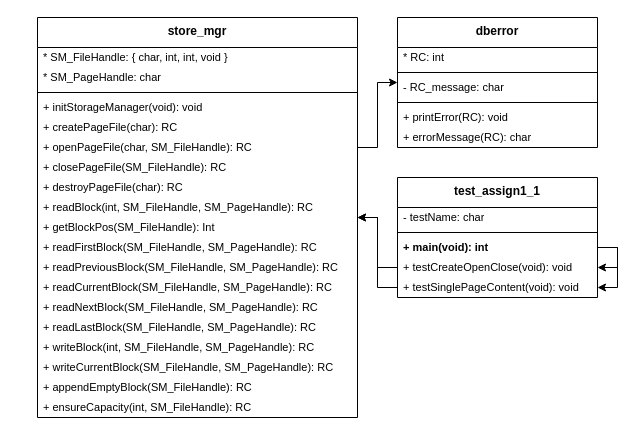
hanggrian/IIT-CS525 keeps this draw.io diagram as assign1/hierarchy.drawio. Above is the earlier version. Source tidied: cells renumbered, new cells numbered last; positions are measured from the earlier drawing's top-left corner, leaving out a move shared by most shapes. Both pictures are drawn from the tidied source at 100%, with x=0, y=0 at pixel (37, 17).
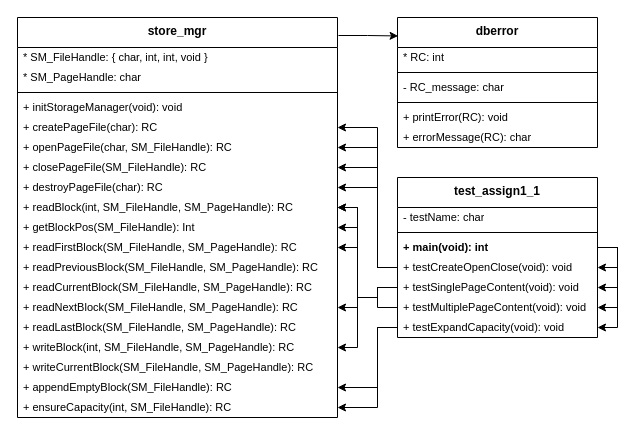
Above is the later version.

The change refers to these unchanged cells:
```xml
<mxCell id="7" value="+ createPageFile(char): RC" style="text;strokeColor=none;fillColor=none;align=left;verticalAlign=middle;spacingLeft=4;spacingRight=4;overflow=hidden;points=[[0,0.5],[1,0.5]];portConstraint=eastwest;whiteSpace=wrap;html=1;fontSize=11;" parent="2" vertex="1">
  <mxGeometry y="100" width="320" height="20" as="geometry" />
</mxCell>
<mxCell id="8" value="+ openPageFile(char, SM_FileHandle): RC" style="text;strokeColor=none;fillColor=none;align=left;verticalAlign=middle;spacingLeft=4;spacingRight=4;overflow=hidden;points=[[0,0.5],[1,0.5]];portConstraint=eastwest;whiteSpace=wrap;html=1;fontSize=11;" parent="2" vertex="1">
  <mxGeometry y="120" width="320" height="20" as="geometry" />
</mxCell>
<mxCell id="9" value="+ closePageFile(SM_FileHandle): RC" style="text;strokeColor=none;fillColor=none;align=left;verticalAlign=middle;spacingLeft=4;spacingRight=4;overflow=hidden;points=[[0,0.5],[1,0.5]];portConstraint=eastwest;whiteSpace=wrap;html=1;fontSize=11;" parent="2" vertex="1">
  <mxGeometry y="140" width="320" height="20" as="geometry" />
</mxCell>
<mxCell id="10" value="+ destroyPageFile(char): RC" style="text;strokeColor=none;fillColor=none;align=left;verticalAlign=middle;spacingLeft=4;spacingRight=4;overflow=hidden;points=[[0,0.5],[1,0.5]];portConstraint=eastwest;whiteSpace=wrap;html=1;fontSize=11;" parent="2" vertex="1">
  <mxGeometry y="160" width="320" height="20" as="geometry" />
</mxCell>
<mxCell id="11" value="+ readBlock(int, SM_FileHandle, SM_PageHandle): RC" style="text;strokeColor=none;fillColor=none;align=left;verticalAlign=middle;spacingLeft=4;spacingRight=4;overflow=hidden;points=[[0,0.5],[1,0.5]];portConstraint=eastwest;whiteSpace=wrap;html=1;fontSize=11;" parent="2" vertex="1">
  <mxGeometry y="180" width="320" height="20" as="geometry" />
</mxCell>
<mxCell id="12" value="+ getBlockPos(SM_FileHandle): Int" style="text;strokeColor=none;fillColor=none;align=left;verticalAlign=middle;spacingLeft=4;spacingRight=4;overflow=hidden;points=[[0,0.5],[1,0.5]];portConstraint=eastwest;whiteSpace=wrap;html=1;fontSize=11;" parent="2" vertex="1">
  <mxGeometry y="200" width="320" height="20" as="geometry" />
</mxCell>
<mxCell id="13" value="+ readFirstBlock(SM_FileHandle, SM_PageHandle): RC" style="text;strokeColor=none;fillColor=none;align=left;verticalAlign=middle;spacingLeft=4;spacingRight=4;overflow=hidden;points=[[0,0.5],[1,0.5]];portConstraint=eastwest;whiteSpace=wrap;html=1;fontSize=11;" parent="2" vertex="1">
  <mxGeometry y="220" width="320" height="20" as="geometry" />
</mxCell>
<mxCell id="16" value="+ readNextBlock(SM_FileHandle, SM_PageHandle): RC" style="text;strokeColor=none;fillColor=none;align=left;verticalAlign=middle;spacingLeft=4;spacingRight=4;overflow=hidden;points=[[0,0.5],[1,0.5]];portConstraint=eastwest;whiteSpace=wrap;html=1;fontSize=11;" parent="2" vertex="1">
  <mxGeometry y="280" width="320" height="20" as="geometry" />
</mxCell>
<mxCell id="18" value="+ writeBlock(int, SM_FileHandle, SM_PageHandle): RC" style="text;strokeColor=none;fillColor=none;align=left;verticalAlign=middle;spacingLeft=4;spacingRight=4;overflow=hidden;points=[[0,0.5],[1,0.5]];portConstraint=eastwest;whiteSpace=wrap;html=1;fontSize=11;" parent="2" vertex="1">
  <mxGeometry y="320" width="320" height="20" as="geometry" />
</mxCell>
<mxCell id="20" value="+ appendEmptyBlock(SM_FileHandle): RC" style="text;strokeColor=none;fillColor=none;align=left;verticalAlign=middle;spacingLeft=4;spacingRight=4;overflow=hidden;points=[[0,0.5],[1,0.5]];portConstraint=eastwest;whiteSpace=wrap;html=1;fontSize=11;" parent="2" vertex="1">
  <mxGeometry y="360" width="320" height="20" as="geometry" />
</mxCell>
<mxCell id="21" value="+ ensureCapacity(int, SM_FileHandle): RC" style="text;strokeColor=none;fillColor=none;align=left;verticalAlign=middle;spacingLeft=4;spacingRight=4;overflow=hidden;points=[[0,0.5],[1,0.5]];portConstraint=eastwest;whiteSpace=wrap;html=1;fontSize=11;" parent="2" vertex="1">
  <mxGeometry y="380" width="320" height="20" as="geometry" />
</mxCell>
<mxCell id="22" value="dberror" style="swimlane;fontStyle=1;align=center;verticalAlign=top;horizontal=1;startSize=30;whiteSpace=wrap;html=1;" parent="1" vertex="1">
  <mxGeometry x="360" width="200" height="130" as="geometry" />
</mxCell>
<mxCell id="34" value="+ main(void): int" style="text;strokeColor=none;fillColor=none;align=left;verticalAlign=middle;spacingLeft=4;spacingRight=4;overflow=hidden;points=[[0,0.5],[1,0.5]];portConstraint=eastwest;whiteSpace=wrap;html=1;fontSize=11;fontStyle=1;" parent="29" vertex="1">
  <mxGeometry y="60" width="200" height="20" as="geometry" />
</mxCell>
<mxCell id="35" value="+ testCreateOpenClose(void): void" style="text;strokeColor=none;fillColor=none;align=left;verticalAlign=middle;spacingLeft=4;spacingRight=4;overflow=hidden;points=[[0,0.5],[1,0.5]];portConstraint=eastwest;whiteSpace=wrap;html=1;fontSize=11;" parent="29" vertex="1">
  <mxGeometry y="80" width="200" height="20" as="geometry" />
</mxCell>
```

Diff of the diagram source:
```diff
@@
     <mxCell id="2" value="store_mgr" style="swimlane;fontStyle=1;align=center;verticalAlign=top;horizontal=1;startSize=30;whiteSpace=wrap;html=1;" parent="1" vertex="1">
-      <mxGeometry width="320" height="400" as="geometry" />
+      <mxGeometry x="-20" width="320" height="400" as="geometry" />
     </mxCell>
@@
     <mxCell id="29" value="test_assign1_1" style="swimlane;fontStyle=1;align=center;verticalAlign=top;horizontal=1;startSize=30;whiteSpace=wrap;html=1;" parent="1" vertex="1">
-      <mxGeometry x="360" y="160" width="200" height="120" as="geometry" />
+      <mxGeometry x="360" y="160" width="200" height="160" as="geometry" />
     </mxCell>
@@
+    <mxCell id="40" style="edgeStyle=orthogonalEdgeStyle;rounded=0;jettySize=auto;html=1;exitX=1;exitY=0.5;exitDx=0;exitDy=0;entryX=1;entryY=0.5;entryDx=0;entryDy=0;" parent="29" edge="1" source="34" target="42">
+      <mxGeometry relative="1" as="geometry" />
+    </mxCell>
@@
+    <mxCell id="41" style="edgeStyle=orthogonalEdgeStyle;rounded=0;jettySize=auto;html=1;exitX=1;exitY=0.5;exitDx=0;exitDy=0;entryX=1;entryY=0.5;entryDx=0;entryDy=0;" parent="29" edge="1" source="34" target="43">
+      <mxGeometry relative="1" as="geometry" />
+    </mxCell>
@@
+    <mxCell id="42" value="+ testSinglePageContent(void): void" style="text;strokeColor=none;fillColor=none;align=left;verticalAlign=middle;spacingLeft=4;spacingRight=4;overflow=hidden;points=[[0,0.5],[1,0.5]];portConstraint=eastwest;whiteSpace=wrap;html=1;fontSize=11;" parent="29" vertex="1">
+      <mxGeometry y="100" width="200" height="20" as="geometry" />
+    </mxCell>
+    <mxCell id="43" value="+ testMultiplePageContent(void): void" style="text;strokeColor=none;fillColor=none;align=left;verticalAlign=middle;spacingLeft=4;spacingRight=4;overflow=hidden;points=[[0,0.5],[1,0.5]];portConstraint=eastwest;whiteSpace=wrap;html=1;fontSize=11;" parent="29" vertex="1">
+      <mxGeometry y="120" width="200" height="20" as="geometry" />
+    </mxCell>
-    <mxCell id="36" value="+ testSinglePageContent(void): void" style="text;strokeColor=none;fillColor=none;align=left;verticalAlign=middle;spacingLeft=4;spacingRight=4;overflow=hidden;points=[[0,0.5],[1,0.5]];portConstraint=eastwest;whiteSpace=wrap;html=1;fontSize=11;" parent="29" vertex="1">
-      <mxGeometry y="100" width="200" height="20" as="geometry" />
+    <mxCell id="36" value="+ testExpandCapacity(void): void" style="text;strokeColor=none;fillColor=none;align=left;verticalAlign=middle;spacingLeft=4;spacingRight=4;overflow=hidden;points=[[0,0.5],[1,0.5]];portConstraint=eastwest;whiteSpace=wrap;html=1;fontSize=11;" parent="29" vertex="1">
+      <mxGeometry y="140" width="200" height="20" as="geometry" />
     </mxCell>
-    <mxCell id="37" style="edgeStyle=orthogonalEdgeStyle;rounded=0;jettySize=auto;html=1;exitX=0;exitY=0.5;exitDx=0;exitDy=0;" parent="1" edge="1" source="35" target="2">
-      <mxGeometry relative="1" as="geometry" />
-    </mxCell>
-    <mxCell id="38" style="edgeStyle=orthogonalEdgeStyle;rounded=0;jettySize=auto;html=1;exitX=0;exitY=0.5;exitDx=0;exitDy=0;" parent="1" edge="1" source="36" target="2">
-      <mxGeometry relative="1" as="geometry" />
+    <mxCell id="38" style="edgeStyle=orthogonalEdgeStyle;rounded=0;jettySize=auto;html=1;exitX=0;exitY=0.5;exitDx=0;exitDy=0;entryX=1;entryY=0.5;entryDx=0;entryDy=0;" parent="1" edge="1" source="36" target="21">
+      <mxGeometry relative="1" as="geometry">
+        <Array as="points">
+          <mxPoint x="340" y="310" />
+          <mxPoint x="340" y="390" />
+        </Array>
+      </mxGeometry>
     </mxCell>
-    <mxCell id="39" style="edgeStyle=orthogonalEdgeStyle;rounded=0;jettySize=auto;html=1;exitX=1;exitY=0.5;exitDx=0;exitDy=0;" parent="1" edge="1" source="8" target="22">
-      <mxGeometry relative="1" as="geometry" />
-    </mxCell>
+    <mxCell id="44" style="edgeStyle=orthogonalEdgeStyle;rounded=0;jettySize=auto;html=1;exitX=1.003;exitY=0.045;exitDx=0;exitDy=0;entryX=0.003;entryY=0.142;entryDx=0;entryDy=0;exitPerimeter=0;entryPerimeter=0;" parent="1" edge="1" source="2" target="22">
+      <mxGeometry relative="1" as="geometry" />
+    </mxCell>
+    <mxCell id="45" style="edgeStyle=orthogonalEdgeStyle;rounded=0;jettySize=auto;html=1;exitX=0;exitY=0.5;exitDx=0;exitDy=0;entryX=1;entryY=0.5;entryDx=0;entryDy=0;" parent="1" edge="1" source="36" target="20">
+      <mxGeometry relative="1" as="geometry">
+        <Array as="points">
+          <mxPoint x="340" y="310" />
+          <mxPoint x="340" y="370" />
+        </Array>
+      </mxGeometry>
+    </mxCell>
+    <mxCell id="46" style="edgeStyle=orthogonalEdgeStyle;rounded=0;jettySize=auto;html=1;exitX=0;exitY=0.5;exitDx=0;exitDy=0;entryX=1;entryY=0.5;entryDx=0;entryDy=0;" parent="1" edge="1" source="35" target="7">
+      <mxGeometry relative="1" as="geometry">
+        <Array as="points">
+          <mxPoint x="340" y="250" />
+          <mxPoint x="340" y="110" />
+        </Array>
+      </mxGeometry>
+    </mxCell>
+    <mxCell id="47" style="edgeStyle=orthogonalEdgeStyle;rounded=0;jettySize=auto;html=1;exitX=0;exitY=0.5;exitDx=0;exitDy=0;entryX=1;entryY=0.5;entryDx=0;entryDy=0;" parent="1" edge="1" source="35" target="8">
+      <mxGeometry relative="1" as="geometry">
+        <Array as="points">
+          <mxPoint x="340" y="250" />
+          <mxPoint x="340" y="130" />
+        </Array>
+      </mxGeometry>
+    </mxCell>
+    <mxCell id="48" style="edgeStyle=orthogonalEdgeStyle;rounded=0;jettySize=auto;html=1;exitX=0;exitY=0.5;exitDx=0;exitDy=0;entryX=1;entryY=0.5;entryDx=0;entryDy=0;" parent="1" edge="1" source="35" target="9">
+      <mxGeometry relative="1" as="geometry">
+        <Array as="points">
+          <mxPoint x="340" y="250" />
+          <mxPoint x="340" y="150" />
+        </Array>
+      </mxGeometry>
+    </mxCell>
+    <mxCell id="49" style="edgeStyle=orthogonalEdgeStyle;rounded=0;jettySize=auto;html=1;exitX=0;exitY=0.5;exitDx=0;exitDy=0;entryX=1;entryY=0.5;entryDx=0;entryDy=0;" parent="1" edge="1" source="35" target="10">
+      <mxGeometry relative="1" as="geometry">
+        <Array as="points">
+          <mxPoint x="340" y="250" />
+          <mxPoint x="340" y="170" />
+        </Array>
+      </mxGeometry>
+    </mxCell>
+    <mxCell id="50" style="edgeStyle=orthogonalEdgeStyle;rounded=0;jettySize=auto;html=1;exitX=0;exitY=0.5;exitDx=0;exitDy=0;" parent="1" edge="1" source="42" target="11">
+      <mxGeometry relative="1" as="geometry">
+        <Array as="points">
+          <mxPoint x="340" y="270" />
+          <mxPoint x="340" y="280" />
+          <mxPoint x="320" y="280" />
+          <mxPoint x="320" y="190" />
+        </Array>
+      </mxGeometry>
+    </mxCell>
+    <mxCell id="51" style="edgeStyle=orthogonalEdgeStyle;rounded=0;jettySize=auto;html=1;exitX=0;exitY=0.5;exitDx=0;exitDy=0;entryX=1;entryY=0.5;entryDx=0;entryDy=0;" parent="1" edge="1" source="43" target="11">
+      <mxGeometry relative="1" as="geometry">
+        <Array as="points">
+          <mxPoint x="340" y="290" />
+          <mxPoint x="340" y="280" />
+          <mxPoint x="320" y="280" />
+          <mxPoint x="320" y="190" />
+        </Array>
+      </mxGeometry>
+    </mxCell>
+    <mxCell id="52" style="edgeStyle=orthogonalEdgeStyle;rounded=0;jettySize=auto;html=1;exitX=0;exitY=0.5;exitDx=0;exitDy=0;entryX=1;entryY=0.5;entryDx=0;entryDy=0;" parent="1" edge="1" source="42" target="12">
+      <mxGeometry relative="1" as="geometry">
+        <Array as="points">
+          <mxPoint x="340" y="270" />
+          <mxPoint x="340" y="280" />
+          <mxPoint x="320" y="280" />
+          <mxPoint x="320" y="210" />
+        </Array>
+      </mxGeometry>
+    </mxCell>
+    <mxCell id="53" style="edgeStyle=orthogonalEdgeStyle;rounded=0;jettySize=auto;html=1;exitX=0;exitY=0.5;exitDx=0;exitDy=0;entryX=1;entryY=0.5;entryDx=0;entryDy=0;" parent="1" edge="1" source="42" target="13">
+      <mxGeometry relative="1" as="geometry">
+        <Array as="points">
+          <mxPoint x="340" y="270" />
+          <mxPoint x="340" y="280" />
+          <mxPoint x="320" y="280" />
+          <mxPoint x="320" y="230" />
+        </Array>
+      </mxGeometry>
+    </mxCell>
+    <mxCell id="54" style="edgeStyle=orthogonalEdgeStyle;rounded=0;jettySize=auto;html=1;exitX=0;exitY=0.5;exitDx=0;exitDy=0;entryX=1;entryY=0.5;entryDx=0;entryDy=0;" parent="1" edge="1" source="42" target="16">
+      <mxGeometry relative="1" as="geometry">
+        <Array as="points">
+          <mxPoint x="340" y="270" />
+          <mxPoint x="340" y="280" />
+          <mxPoint x="320" y="280" />
+          <mxPoint x="320" y="290" />
+        </Array>
+      </mxGeometry>
+    </mxCell>
+    <mxCell id="55" style="edgeStyle=orthogonalEdgeStyle;rounded=0;jettySize=auto;html=1;exitX=0;exitY=0.5;exitDx=0;exitDy=0;entryX=1;entryY=0.5;entryDx=0;entryDy=0;" parent="1" edge="1" source="42" target="18">
+      <mxGeometry relative="1" as="geometry">
+        <Array as="points">
+          <mxPoint x="340" y="270" />
+          <mxPoint x="340" y="280" />
+          <mxPoint x="320" y="280" />
+          <mxPoint x="320" y="330" />
+        </Array>
+      </mxGeometry>
+    </mxCell>
```
